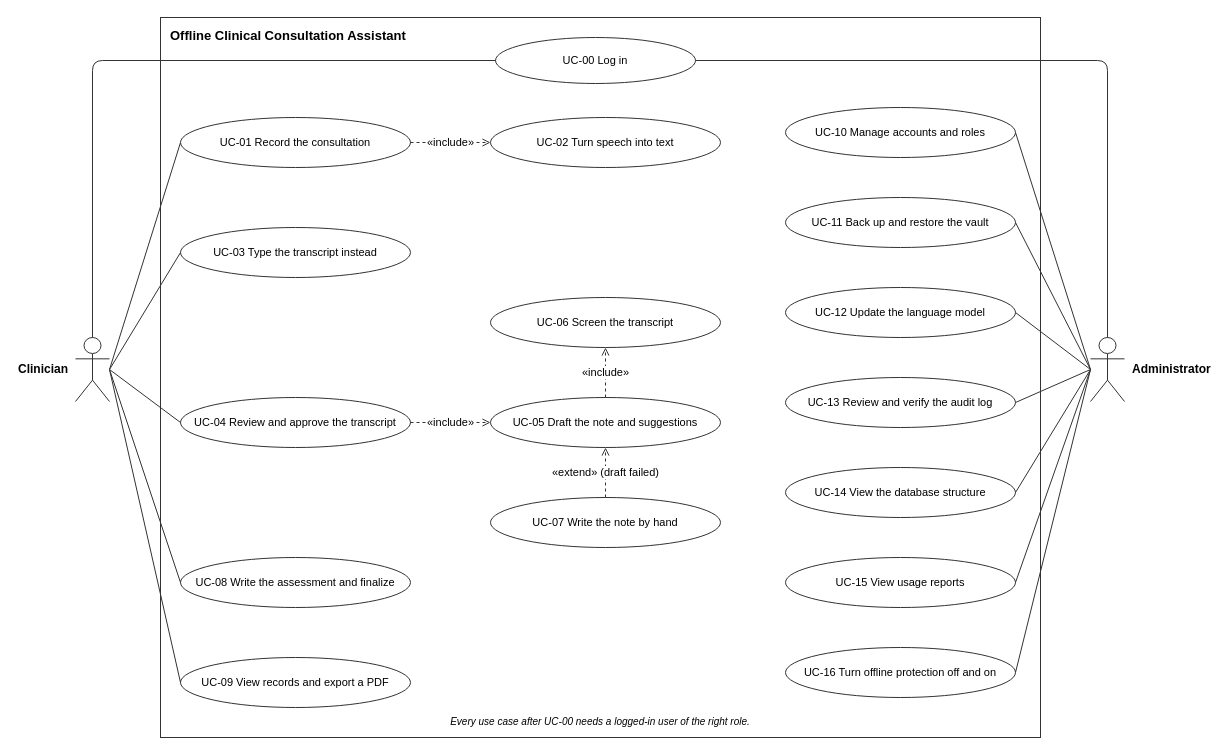
Earlier version of the draw.io diagram docs/design/fig-4-1-use-cases.drawio (kinuthia-mark/Offline-Desktop-Based-Medical-Professional-Clinical-Consultation-Assistant-). Source tidied: cells renumbered, new cells numbered last; positions are measured from the earlier drawing's top-left corner, leaving out a move shared by most shapes. Both pictures are drawn from the tidied source at 100%, with x=0, y=0 at pixel (75, 17).
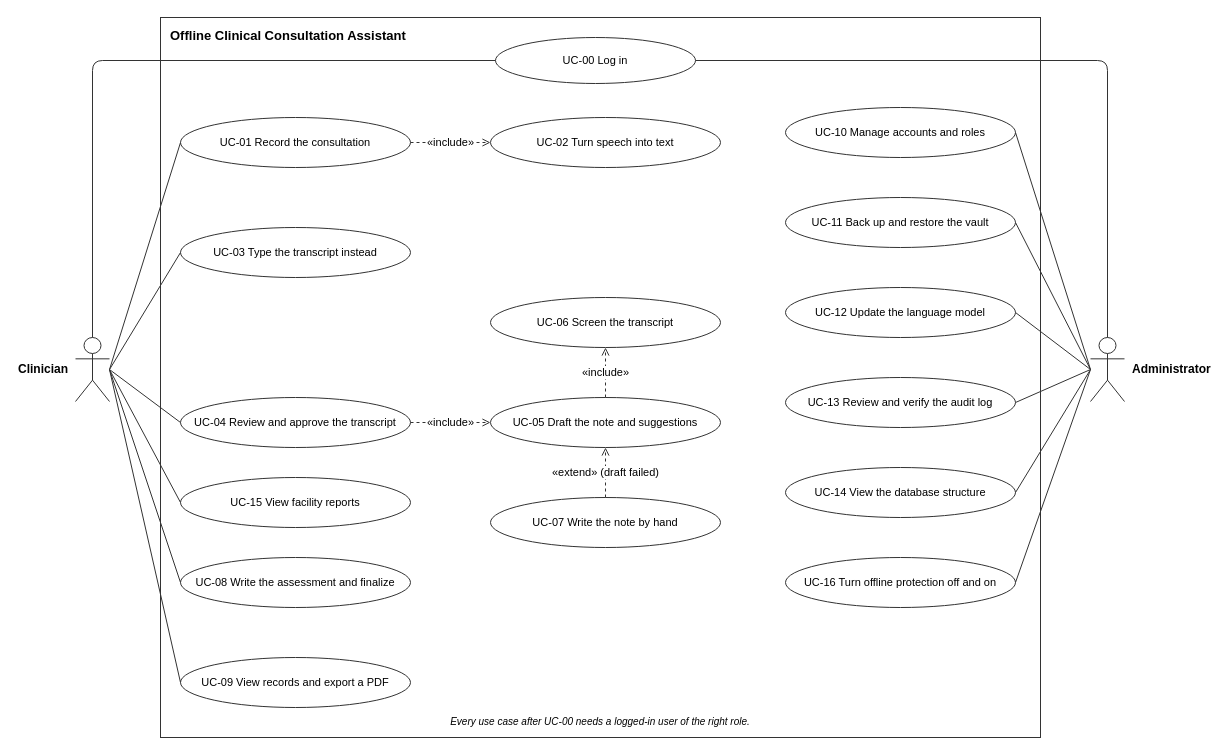
The same diagram, later.

Commit message (it also covers changes not shown here):
feat(roles): reports belong to clinicians; the System Administrator's side is technical only

The change refers to these unchanged cells:
```xml
<mxCell id="3" value="Clinician" style="shape=umlActor;labelPosition=left;align=right;verticalLabelPosition=middle;verticalAlign=middle;spacingLeft=6;spacingRight=6;html=1;outlineConnect=0;fillColor=#ffffff;strokeColor=#333333;fontFamily=Helvetica;fontSize=12;fontStyle=1;" parent="1" vertex="1">
  <mxGeometry y="320" width="34" height="64" as="geometry" />
</mxCell>
<mxCell id="4" value="Administrator" style="shape=umlActor;labelPosition=right;align=left;verticalLabelPosition=middle;verticalAlign=middle;spacingLeft=6;spacingRight=6;html=1;outlineConnect=0;fillColor=#ffffff;strokeColor=#333333;fontFamily=Helvetica;fontSize=12;fontStyle=1;" parent="1" vertex="1">
  <mxGeometry x="1015" y="320" width="34" height="64" as="geometry" />
</mxCell>
```

What changed in the source:
```diff
@@
-    <mxCell id="20" value="UC-15 View usage reports" style="ellipse;whiteSpace=wrap;html=1;fillColor=#ffffff;strokeColor=#333333;fontFamily=Helvetica;fontSize=11;" parent="1" vertex="1">
-      <mxGeometry x="710" y="540" width="230" height="50" as="geometry" />
+    <mxCell id="20" value="UC-15 View facility reports" style="ellipse;whiteSpace=wrap;html=1;fillColor=#ffffff;strokeColor=#333333;fontFamily=Helvetica;fontSize=11;" parent="1" vertex="1">
+      <mxGeometry x="105" y="460" width="230" height="50" as="geometry" />
     </mxCell>
@@
-    <mxCell id="31" style="html=1;strokeColor=#333333;fontFamily=Helvetica;fontSize=11;endArrow=none;endFill=1;startArrow=none;startFill=1;labelBackgroundColor=#ffffff;exitX=0;exitY=0.5;exitDx=0;exitDy=0;entryX=1;entryY=0.5;entryDx=0;entryDy=0;" parent="1" edge="1" source="4" target="20">
+    <mxCell id="31" style="html=1;strokeColor=#333333;fontFamily=Helvetica;fontSize=11;endArrow=none;endFill=1;startArrow=none;startFill=1;labelBackgroundColor=#ffffff;exitX=1;exitY=0.5;exitDx=0;exitDy=0;entryX=0;entryY=0.5;entryDx=0;entryDy=0;" parent="1" edge="1" source="3" target="20">
       <mxGeometry relative="1" as="geometry" />
     </mxCell>
@@
     <mxCell id="39" value="UC-16 Turn offline protection off and on" style="ellipse;whiteSpace=wrap;html=1;fillColor=#ffffff;strokeColor=#333333;fontFamily=Helvetica;fontSize=11;" parent="1" vertex="1">
-      <mxGeometry x="710" y="630" width="230" height="50" as="geometry" />
+      <mxGeometry x="710" y="540" width="230" height="50" as="geometry" />
     </mxCell>
```
